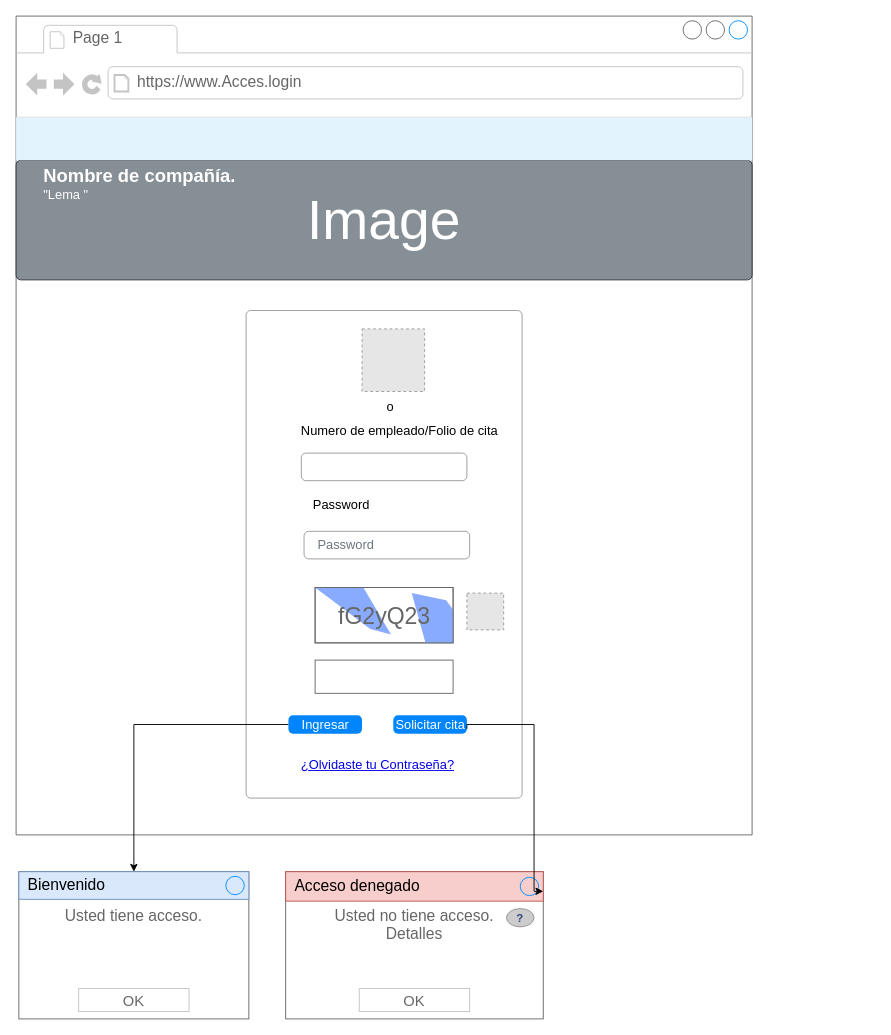
Above: page "Login" (2 of 10) of Untitled Diagram.drawio in GwenBZ/AccesoEmpresa (draw.io), before the change. Source tidied: cells renumbered, new cells numbered last; positions are measured from the earlier drawing's top-left corner, leaving out a move shared by most shapes. Both pictures are drawn from the tidied source at 92%, with x=0, y=0 at pixel (16, 16). Pictures stored in the file or linked from it are replaced by grey dashed boxes.
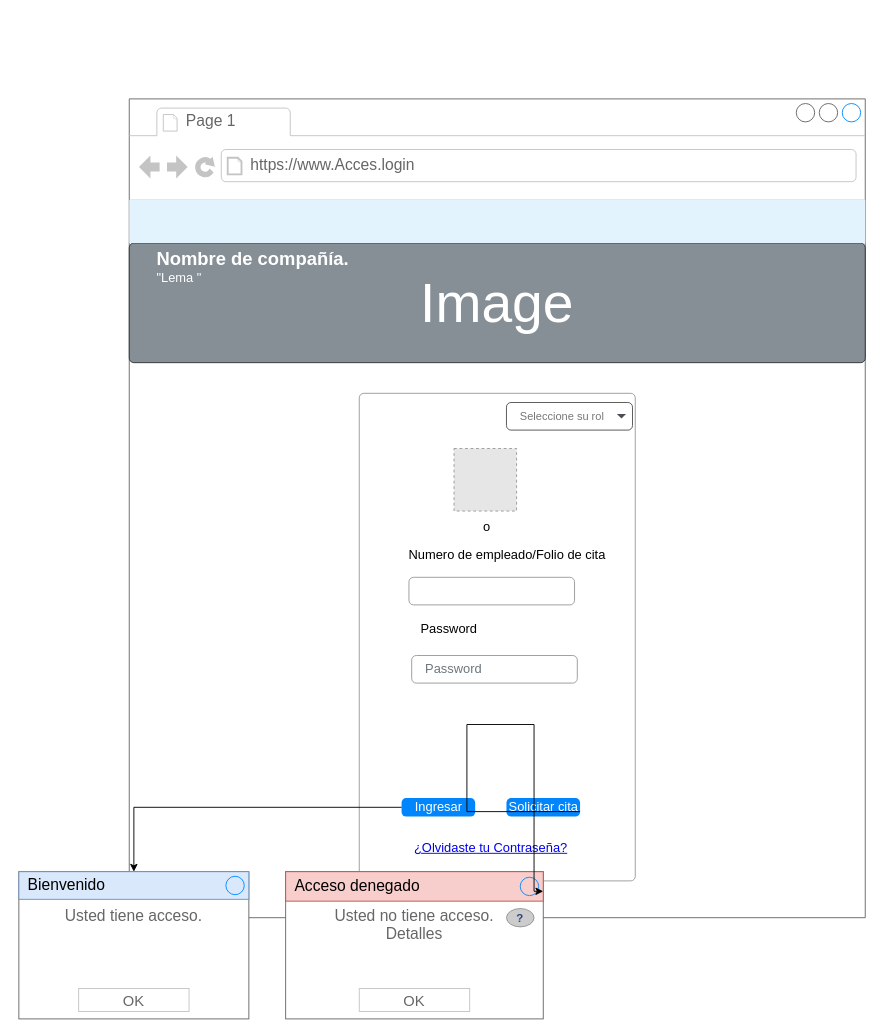
The same page after the edit.

The change refers to these unchanged cells:
```xml
<mxCell id="8" style="html=1;shadow=0;dashed=0;shape=mxgraph.bootstrap.rrect;rSize=5;fillColor=#ffffff;strokeColor=#999999;" parent="2" vertex="1">
  <mxGeometry x="250" y="320" width="300" height="530" as="geometry" />
</mxCell>
```

Diff of the diagram source:
```diff
@@
     <mxCell id="2" style="strokeWidth=1;shadow=0;dashed=0;align=center;html=1;shape=mxgraph.mockup.containers.browserWindow;rSize=0;strokeColor=#666666;strokeColor2=#008cff;strokeColor3=#c4c4c4;mainText=,;" parent="1" vertex="1">
-      <mxGeometry width="800" height="890" as="geometry" />
+      <mxGeometry x="123" y="90" width="800" height="890" as="geometry" />
     </mxCell>
@@
     <mxCell id="9" value="Numero de empleado/Folio de cita" style="fillColor=none;strokeColor=none;align=left;spacing=20;fontSize=14;" parent="8" vertex="1">
       <mxGeometry width="220" height="40" relative="1" as="geometry">
-        <mxPoint x="40" y="110" as="offset" />
+        <mxPoint x="34" y="155" as="offset" />
       </mxGeometry>
     </mxCell>
     <mxCell id="10" style="html=1;shadow=0;dashed=0;shape=mxgraph.bootstrap.rrect;rSize=5;fillColor=none;strokeColor=#999999;align=left;spacing=15;fontSize=14;fontColor=#6C767D;" parent="8" vertex="1">
       <mxGeometry width="180" height="30" relative="1" as="geometry">
-        <mxPoint x="60" y="155" as="offset" />
+        <mxPoint x="54" y="200" as="offset" />
       </mxGeometry>
     </mxCell>
     <mxCell id="11" value="Password" style="fillColor=none;strokeColor=none;align=left;spacing=20;fontSize=14;" parent="8" vertex="1">
       <mxGeometry width="220" height="40" relative="1" as="geometry">
-        <mxPoint x="53" y="190" as="offset" />
+        <mxPoint x="47" y="235" as="offset" />
       </mxGeometry>
     </mxCell>
     <mxCell id="12" value="Password" style="html=1;shadow=0;dashed=0;shape=mxgraph.bootstrap.rrect;rSize=5;fillColor=none;strokeColor=#999999;align=left;spacing=15;fontSize=14;fontColor=#6C767D;" parent="8" vertex="1">
       <mxGeometry width="180" height="30" relative="1" as="geometry">
-        <mxPoint x="63" y="240" as="offset" />
+        <mxPoint x="57" y="285" as="offset" />
       </mxGeometry>
     </mxCell>
-    <mxCell id="13" value="fG2yQ23" style="strokeWidth=1;shadow=0;dashed=0;align=center;html=1;shape=mxgraph.mockup.text.captcha;fontColor=#666666;fontSize=25;strokeColor=#666666;mainText=;" parent="8" vertex="1">
-      <mxGeometry x="75" y="301.1" width="150" height="60.2" as="geometry" />
-    </mxCell>
-    <mxCell id="14" style="strokeWidth=1;shadow=0;dashed=0;align=center;html=1;shape=mxgraph.mockup.text.textBox;fontColor=#666666;align=left;fontSize=17;spacingLeft=4;spacingTop=-3;strokeColor=#666666;mainText=;" parent="8" vertex="1">
-      <mxGeometry x="75" y="380" width="150" height="36.1" as="geometry" />
-    </mxCell>
@@
-    <mxCell id="16" style="fillColor=#E6E6E6;strokeColor=#999999;dashed=1;html=1;verticalAlign=top;verticalLabelPosition=bottom;labelBackgroundColor=#ffffff;fontColor=#3399FF;" parent="8" vertex="1">
-      <mxGeometry x="240" y="307.2" width="40" height="40" as="geometry" />
-    </mxCell>
@@
     <mxCell id="18" value="o" style="fillColor=none;strokeColor=none;align=left;spacing=20;fontSize=14;" parent="8" vertex="1">
-      <mxGeometry x="133" y="80" width="70" height="48.2" as="geometry" />
+      <mxGeometry x="115" y="120" width="70" height="48.2" as="geometry" />
     </mxCell>
     <mxCell id="19" style="fillColor=#E6E6E6;strokeColor=#999999;dashed=1;html=1;verticalAlign=top;verticalLabelPosition=bottom;labelBackgroundColor=#ffffff;fontSize=10;fontColor=#3399FF;" parent="8" vertex="1">
-      <mxGeometry x="126" y="20" width="68" height="68" as="geometry" />
+      <mxGeometry x="103" y="60" width="68" height="68" as="geometry" />
     </mxCell>
@@
+    <mxCell id="32" value="Seleccione su rol" style="html=1;shadow=0;dashed=0;shape=mxgraph.bootstrap.rrect;rSize=5;strokeColor=#505050;strokeWidth=1;fillColor=#ffffff;fontColor=#777777;whiteSpace=wrap;align=left;verticalAlign=middle;fontStyle=0;fontSize=12;spacing=15;" parent="8" vertex="1">
+      <mxGeometry x="160" y="10" width="137" height="30" as="geometry" />
+    </mxCell>
+    <mxCell id="33" style="shape=triangle;direction=south;fillColor=#495057;strokeColor=none;perimeter=none;fontSize=14;" parent="32" vertex="1">
+      <mxGeometry x="1" y="0.5" width="10" height="5" relative="1" as="geometry">
+        <mxPoint x="-17" y="-2.5" as="offset" />
+      </mxGeometry>
+    </mxCell>
```
